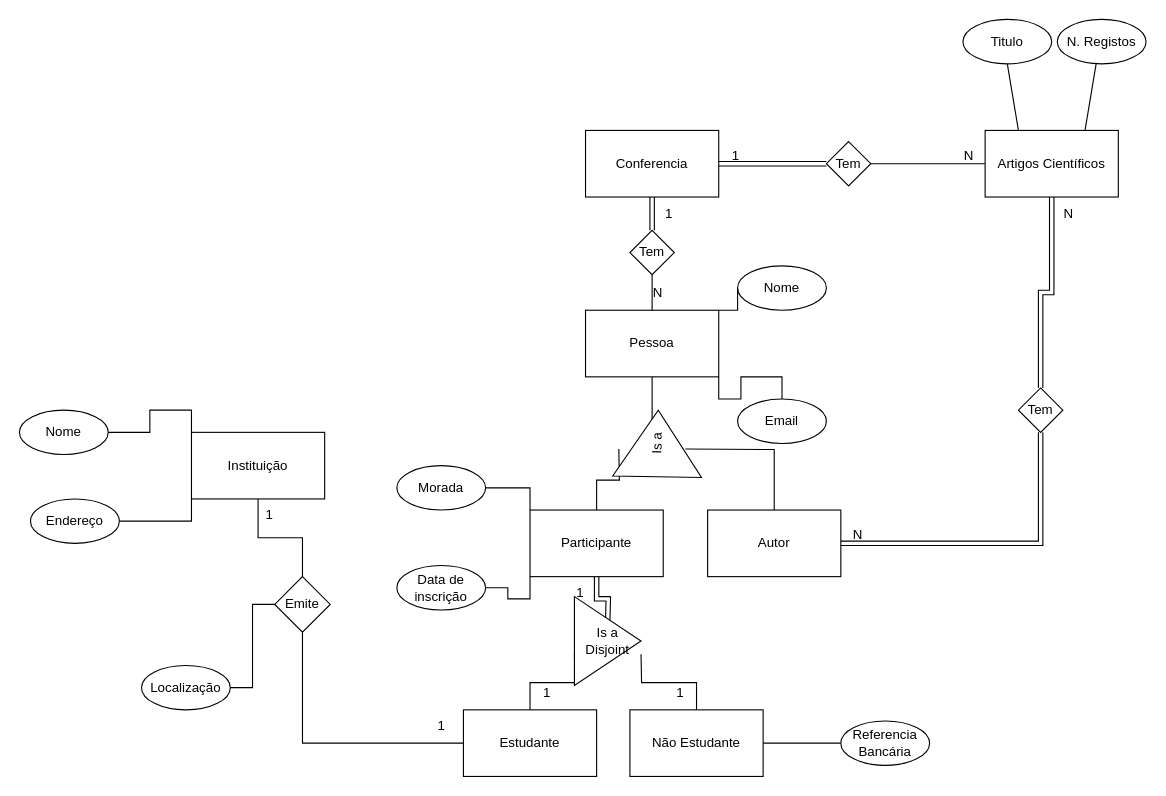
Earlier version of the draw.io diagram BD-P/aula2/ex2_3.drawio (aokiLourenco/BD). Source tidied: cells renumbered, new cells numbered last; positions are measured from the earlier drawing's top-left corner, leaving out a move shared by most shapes. Both pictures are drawn from the tidied source at 111%, with x=0, y=0 at pixel (19, 19).
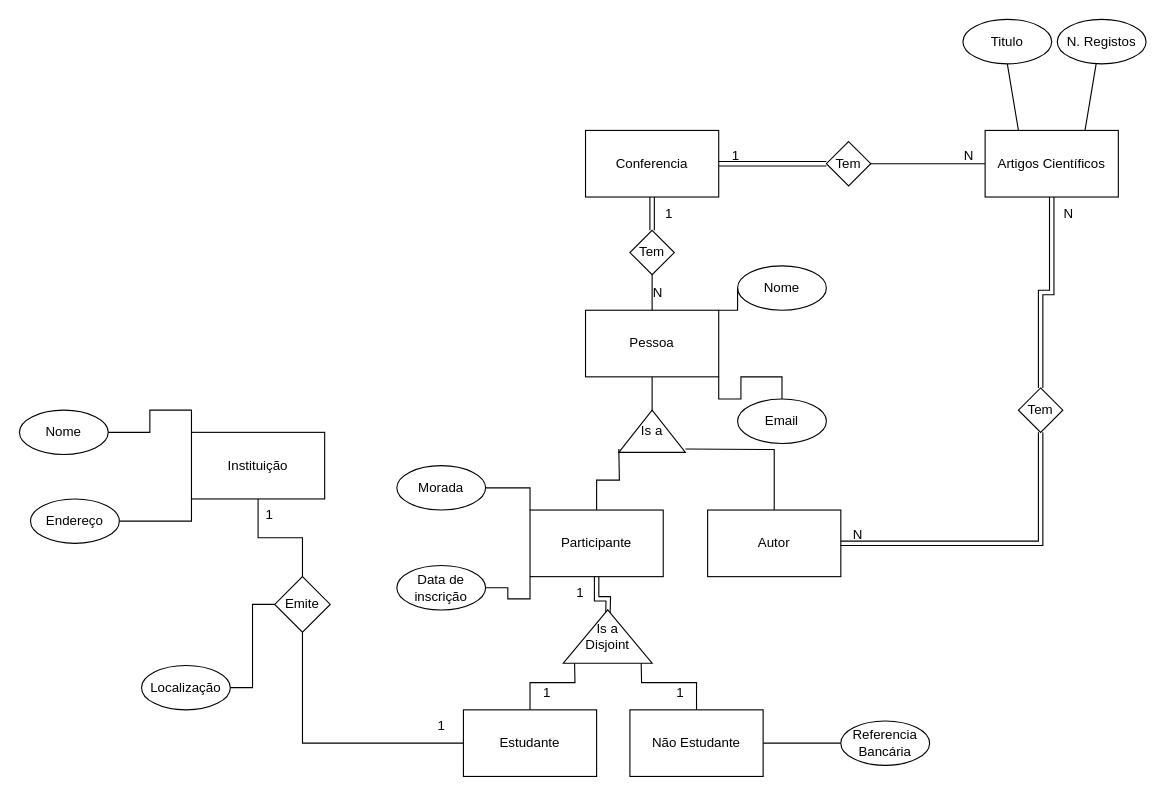
Above is the later version.

Diff of the diagram source:
```diff
@@
-    <mxCell id="59" value="Is a" style="triangle;whiteSpace=wrap;html=1;rotation=-89;" parent="1" vertex="1">
-      <mxGeometry x="545" y="342" width="60" height="80" as="geometry" />
+    <mxCell id="59" value="Is a" style="triangle;whiteSpace=wrap;html=1;direction=north;" parent="1" vertex="1">
+      <mxGeometry x="540" y="352" width="60" height="38" as="geometry" />
     </mxCell>
-    <mxCell id="60" value="Is a Disjoint" style="triangle;whiteSpace=wrap;html=1;" parent="1" vertex="1">
-      <mxGeometry x="500" y="520" width="60" height="80" as="geometry" />
+    <mxCell id="60" value="Is a&lt;div&gt;Disjoint&lt;/div&gt;" style="triangle;whiteSpace=wrap;html=1;direction=north;" parent="1" vertex="1">
+      <mxGeometry x="490" y="532" width="80" height="48" as="geometry" />
     </mxCell>
```
